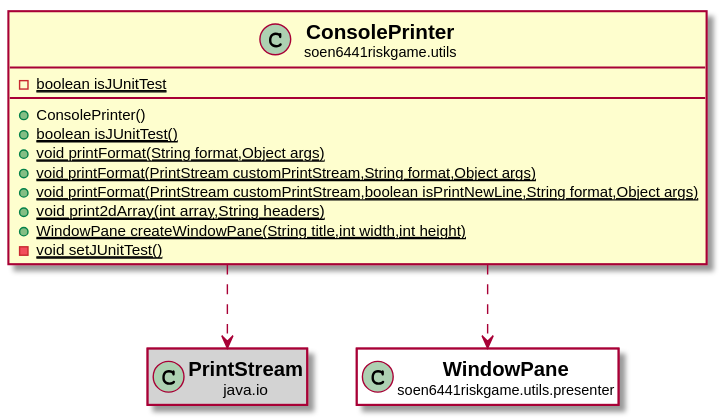
The PlantUML diagram docs/javadocs/soen6441riskgame/utils/ConsolePrinter.svg in huntertran/soen6441-riskgame, before a commit.
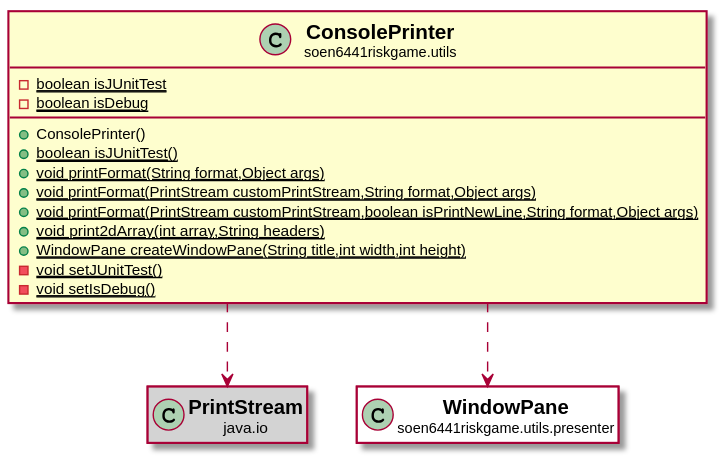
After the change.

What changed in the source:
```diff
@@ -5,6 +5,7 @@
 set namespaceSeparator none
 class "<b><size:14>ConsolePrinter</b>\n<size:10>soen6441riskgame.utils" as soen6441riskgame.utils.ConsolePrinter  [[../../soen6441riskgame/utils/ConsolePrinter.html{soen6441riskgame.utils.ConsolePrinter}]] {
 {static} -boolean isJUnitTest
+{static} -boolean isDebug
 +ConsolePrinter()
 {static} +boolean isJUnitTest()
 {static} +void printFormat(String format,Object args)
@@ -13,6 +14,7 @@
 {static} +void print2dArray(int array,String headers)
 {static} +WindowPane createWindowPane(String title,int width,int height)
 {static} -void setJUnitTest()
+{static} -void setIsDebug()
 }
 
 
```
